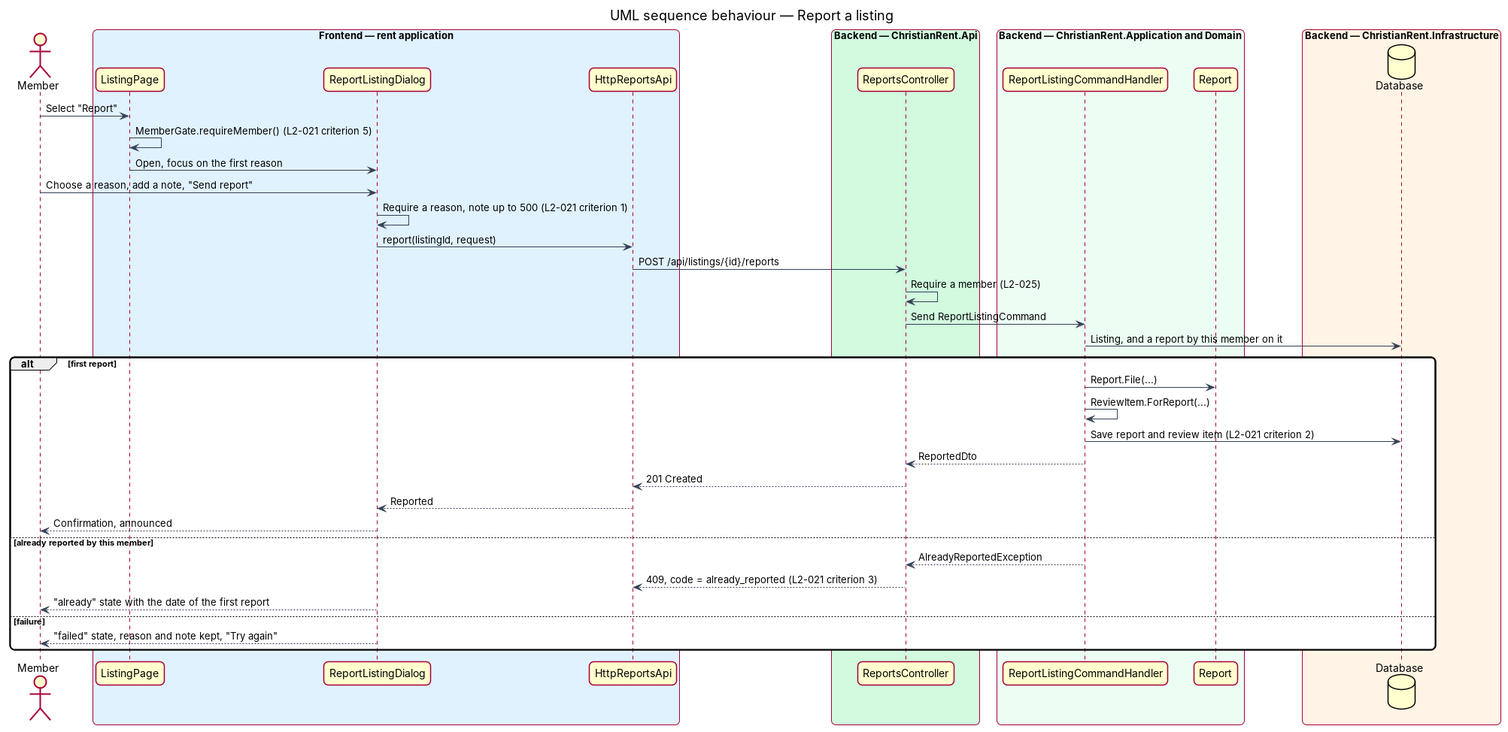
Before: docs/detailed-designs/reports/report-listing/diagrams/sequence-report.png, a diagram exported from PlantUML (QuinntyneBrown/christian-rent). Its source is kept beside it as docs/detailed-designs/reports/report-listing/diagrams/sequence-report.puml. Source of this version:
```plantuml
@startuml
title UML sequence behaviour — Report a listing
skinparam backgroundColor #FFFFFF
skinparam shadowing false
skinparam roundcorner 12
skinparam defaultFontName Arial
skinparam ArrowColor #344054
skinparam rectangle {
  BorderColor #344054
  FontColor #101828
}
skinparam package {
  BorderColor #667085
  FontColor #101828
  BackgroundColor #F9FAFB
}
actor "Member" as actor
box "Frontend — rent application" #E0F2FE
  participant "ListingPage" as page
  participant "ReportListingDialog" as dialog
  participant "HttpReportsApi" as client
end box
box "Backend — ChristianRent.Api" #D1FADF
  participant "ReportsController" as ctrl
end box
box "Backend — ChristianRent.Application and Domain" #ECFDF3
  participant "ReportListingCommandHandler" as handler
  participant "Report" as report
end box
box "Backend — ChristianRent.Infrastructure" #FFF4E5
  database "Database" as db
end box
actor -> page : Select "Report"
page -> page : MemberGate.requireMember() (L2-021 criterion 5)
page -> dialog : Open, focus on the first reason
actor -> dialog : Choose a reason, add a note, "Send report"
dialog -> dialog : Require a reason, note up to 500 (L2-021 criterion 1)
dialog -> client : report(listingId, request)
client -> ctrl : POST /api/listings/{id}/reports
ctrl -> ctrl : Require a member (L2-025)
ctrl -> handler : Send ReportListingCommand
handler -> db : Listing, and a report by this member on it
alt first report
  handler -> report : Report.File(...)
  handler -> handler : ReviewItem.ForReport(...)
  handler -> db : Save report and review item (L2-021 criterion 2)
  handler --> ctrl : ReportedDto
  ctrl --> client : 201 Created
  client --> dialog : Reported
  dialog --> actor : Confirmation, announced
else already reported by this member
  handler --> ctrl : AlreadyReportedException
  ctrl --> client : 409, code = already_reported (L2-021 criterion 3)
  dialog --> actor : "already" state with the date of the first report
else failure
  dialog --> actor : "failed" state, reason and note kept, "Try again"
end
@enduml
```
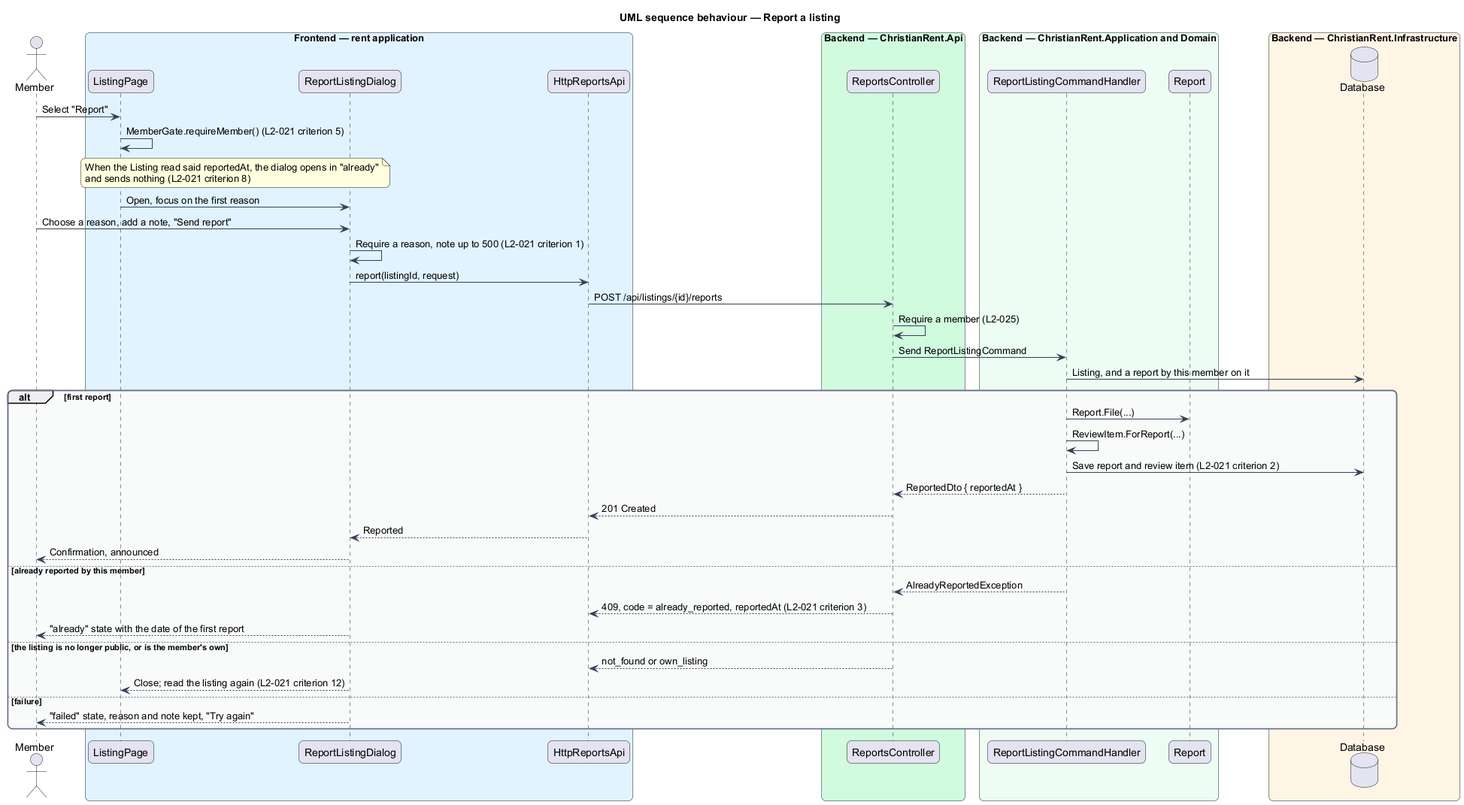
After the commit.

The edit, as a diff of the source:
```diff
@@ -32,6 +32,7 @@
 end box
 actor -> page : Select "Report"
 page -> page : MemberGate.requireMember() (L2-021 criterion 5)
+note over page, dialog : When the Listing read said reportedAt, the dialog opens in "already"\nand sends nothing (L2-021 criterion 8)
 page -> dialog : Open, focus on the first reason
 actor -> dialog : Choose a reason, add a note, "Send report"
 dialog -> dialog : Require a reason, note up to 500 (L2-021 criterion 1)
@@ -44,14 +45,17 @@
   handler -> report : Report.File(...)
   handler -> handler : ReviewItem.ForReport(...)
   handler -> db : Save report and review item (L2-021 criterion 2)
-  handler --> ctrl : ReportedDto
+  handler --> ctrl : ReportedDto { reportedAt }
   ctrl --> client : 201 Created
   client --> dialog : Reported
   dialog --> actor : Confirmation, announced
 else already reported by this member
   handler --> ctrl : AlreadyReportedException
-  ctrl --> client : 409, code = already_reported (L2-021 criterion 3)
+  ctrl --> client : 409, code = already_reported, reportedAt (L2-021 criterion 3)
   dialog --> actor : "already" state with the date of the first report
+else the listing is no longer public, or is the member's own
+  ctrl --> client : not_found or own_listing
+  dialog --> page : Close; read the listing again (L2-021 criterion 12)
 else failure
   dialog --> actor : "failed" state, reason and note kept, "Try again"
 end
```
